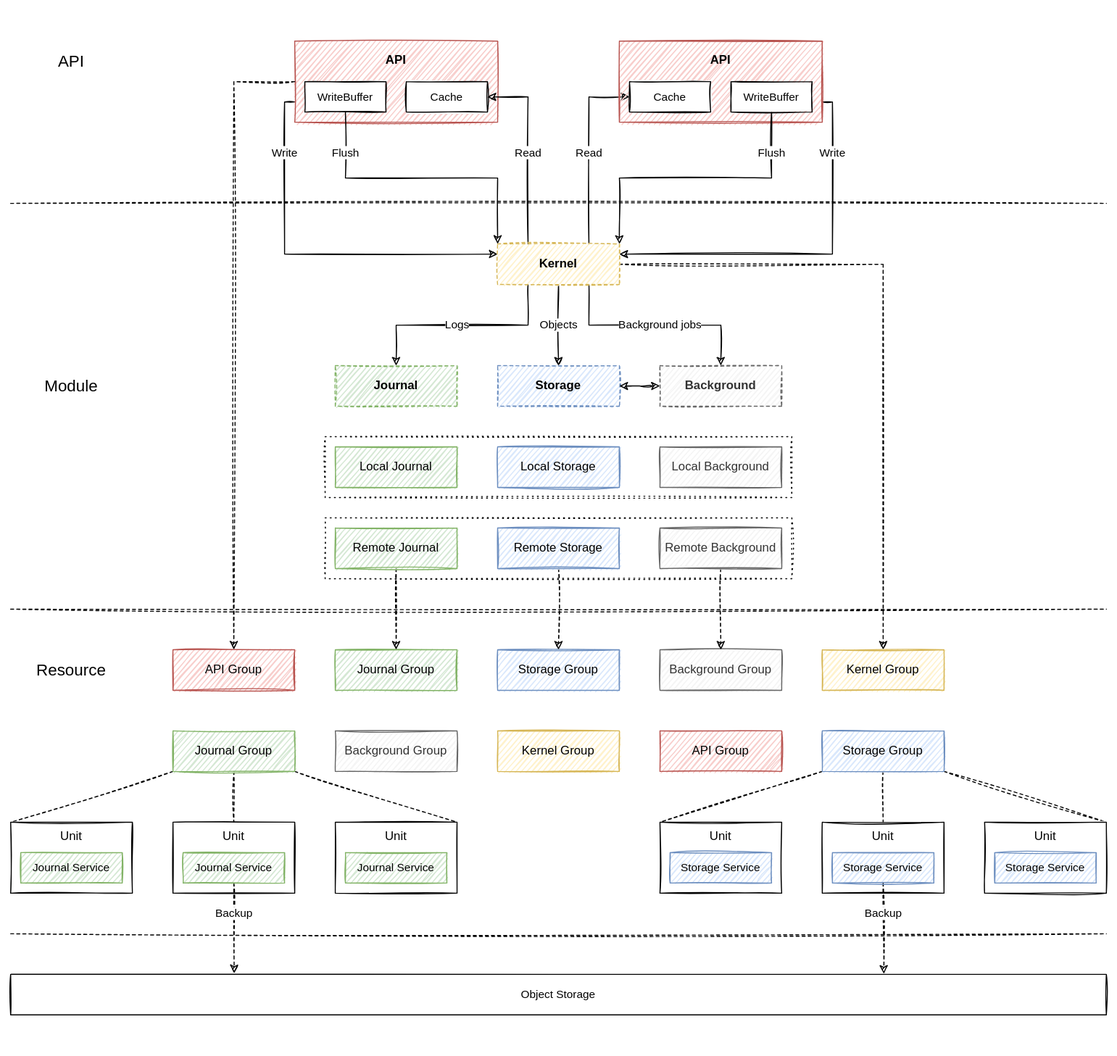
Earlier version of the draw.io export docs/images/architecture.drawio.svg (engula/engula). Source tidied: cells renumbered, new cells last; positions are measured from the earlier drawing's top-left corner, leaving out a move shared by most shapes.
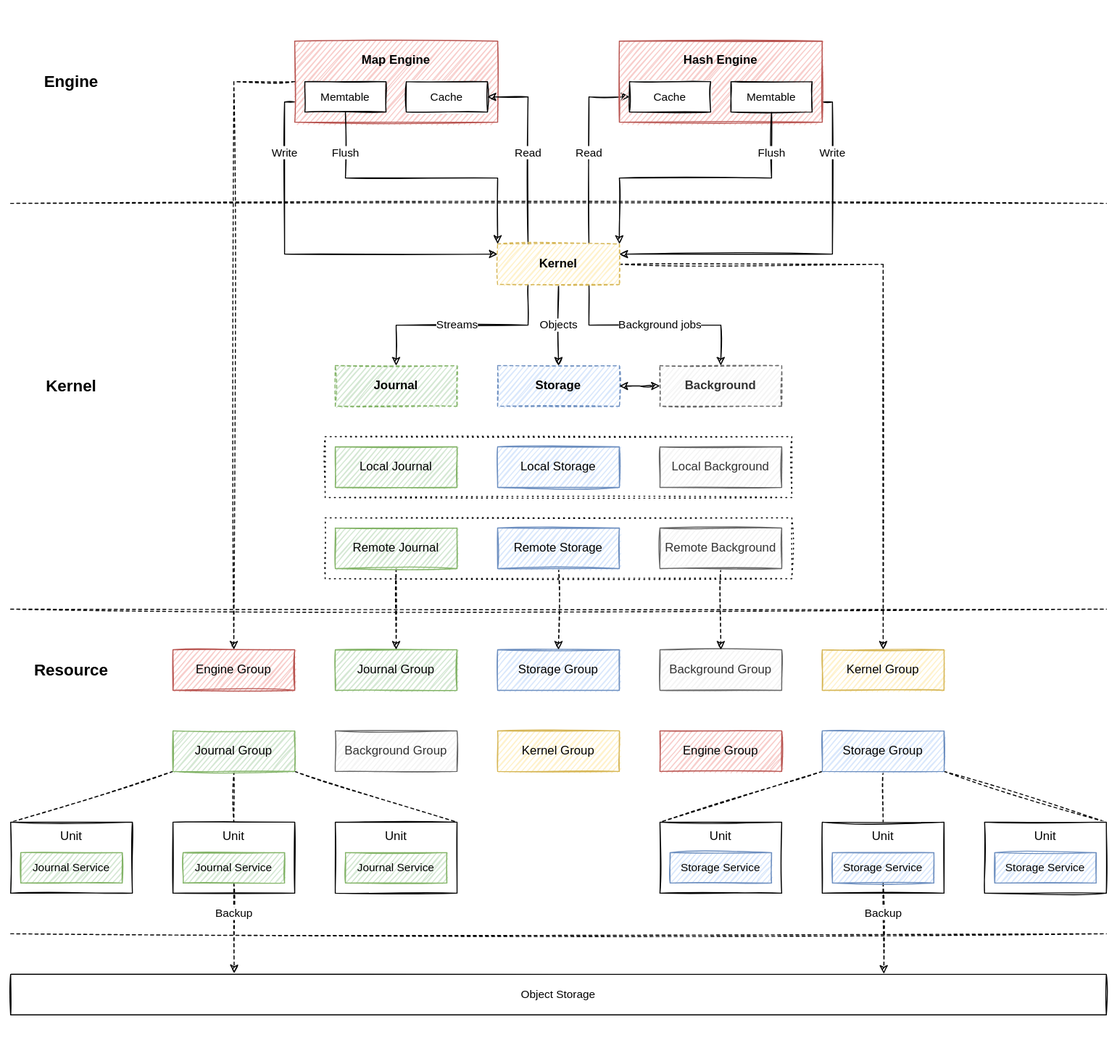
The same diagram one commit later.

What changed in the source:
```diff
@@ -8,7 +8,7 @@
     <mxCell id="3" value="Write" style="edgeStyle=orthogonalEdgeStyle;sketch=1;html=1;exitX=0;exitY=0.75;exitDx=0;exitDy=0;entryX=0;entryY=0.25;entryDx=0;entryDy=0;startArrow=none;startFill=0;rounded=0;" parent="1" edge="1" source="4" target="29">
       <mxGeometry x="-0.68" relative="1" as="geometry" />
     </mxCell>
-    <mxCell id="4" value="API&lt;br&gt;&lt;br&gt;&lt;br&gt;&lt;br&gt;" style="rounded=0;whiteSpace=wrap;html=1;fontSize=12;sketch=1;fillColor=#f8cecc;strokeColor=#b85450;fontStyle=1;" parent="1" vertex="1">
+    <mxCell id="4" value="Map Engine&lt;br&gt;&lt;br&gt;&lt;br&gt;&lt;br&gt;" style="rounded=0;whiteSpace=wrap;html=1;fontSize=12;sketch=1;fillColor=#f8cecc;strokeColor=#b85450;fontStyle=1;" parent="1" vertex="1">
       <mxGeometry x="290" y="40" width="200" height="80" as="geometry" />
     </mxCell>
     <mxCell id="5" style="rounded=0;whiteSpace=wrap;html=1;fontSize=12;sketch=1;dashed=1;dashPattern=1 4;fillColor=none;" parent="1" vertex="1">
@@ -65,7 +65,7 @@
     <mxCell id="22" value="Storage" style="rounded=0;whiteSpace=wrap;html=1;fontSize=12;sketch=1;dashed=1;fillColor=#dae8fc;strokeColor=#6c8ebf;fontStyle=1;" parent="1" vertex="1">
       <mxGeometry x="490" y="360" width="120" height="40" as="geometry" />
     </mxCell>
-    <mxCell id="23" value="Logs" style="edgeStyle=orthogonalEdgeStyle;html=1;exitX=0.25;exitY=1;exitDx=0;exitDy=0;entryX=0.5;entryY=0;entryDx=0;entryDy=0;sketch=1;rounded=0;" parent="1" edge="1" source="29" target="21">
+    <mxCell id="23" value="Streams" style="edgeStyle=orthogonalEdgeStyle;html=1;exitX=0.25;exitY=1;exitDx=0;exitDy=0;entryX=0.5;entryY=0;entryDx=0;entryDy=0;sketch=1;rounded=0;" parent="1" edge="1" source="29" target="21">
       <mxGeometry x="0.05" relative="1" as="geometry" />
     </mxCell>
     <mxCell id="24" value="Objects" style="edgeStyle=orthogonalEdgeStyle;sketch=1;html=1;exitX=0.5;exitY=1;exitDx=0;exitDy=0;entryX=0.5;entryY=0;entryDx=0;entryDy=0;rounded=0;" parent="1" edge="1" source="29" target="22">
@@ -142,13 +142,13 @@
     <mxCell id="45" value="Flush" style="edgeStyle=orthogonalEdgeStyle;sketch=1;html=1;exitX=0.5;exitY=1;exitDx=0;exitDy=0;entryX=0;entryY=0;entryDx=0;entryDy=0;startArrow=none;startFill=0;rounded=0;" parent="1" edge="1" source="46" target="29">
       <mxGeometry x="-0.71" relative="1" as="geometry" />
     </mxCell>
-    <mxCell id="46" value="WriteBuffer" style="rounded=0;whiteSpace=wrap;html=1;fontSize=11;sketch=1;" parent="1" vertex="1">
+    <mxCell id="46" value="Memtable" style="rounded=0;whiteSpace=wrap;html=1;fontSize=11;sketch=1;" parent="1" vertex="1">
       <mxGeometry x="300" y="80" width="80" height="30" as="geometry" />
     </mxCell>
     <mxCell id="47" value="Cache" style="rounded=0;whiteSpace=wrap;html=1;fontSize=11;sketch=1;" parent="1" vertex="1">
       <mxGeometry x="400" y="80" width="80" height="30" as="geometry" />
     </mxCell>
-    <mxCell id="48" value="API Group" style="rounded=0;whiteSpace=wrap;html=1;fontSize=12;sketch=1;fillColor=#f8cecc;strokeColor=#b85450;" parent="1" vertex="1">
+    <mxCell id="48" value="Engine Group" style="rounded=0;whiteSpace=wrap;html=1;fontSize=12;sketch=1;fillColor=#f8cecc;strokeColor=#b85450;" parent="1" vertex="1">
       <mxGeometry x="170" y="640" width="120" height="40" as="geometry" />
     </mxCell>
     <mxCell id="49" style="edgeStyle=none;sketch=1;html=1;exitX=0;exitY=1;exitDx=0;exitDy=0;entryX=0;entryY=0;entryDx=0;entryDy=0;fontSize=11;endArrow=none;endFill=0;dashed=1;" parent="1" edge="1" source="52" target="54">
@@ -199,14 +199,14 @@
         <mxPoint x="1090" y="920" as="targetPoint" />
       </mxGeometry>
     </mxCell>
-    <mxCell id="63" value="Module" style="text;html=1;strokeColor=none;fillColor=none;align=center;verticalAlign=middle;whiteSpace=wrap;rounded=0;dashed=1;dashPattern=1 4;fontSize=16;" parent="1" vertex="1">
+    <mxCell id="63" value="Kernel" style="text;html=1;strokeColor=none;fillColor=none;align=center;verticalAlign=middle;whiteSpace=wrap;rounded=0;dashed=1;dashPattern=1 4;fontSize=16;fontStyle=1;" parent="1" vertex="1">
       <mxGeometry x="10" y="360" width="120" height="40" as="geometry" />
     </mxCell>
-    <mxCell id="64" value="Resource" style="text;html=1;strokeColor=none;fillColor=none;align=center;verticalAlign=middle;whiteSpace=wrap;rounded=0;dashed=1;dashPattern=1 4;fontSize=16;" parent="1" vertex="1">
+    <mxCell id="64" value="Resource" style="text;html=1;strokeColor=none;fillColor=none;align=center;verticalAlign=middle;whiteSpace=wrap;rounded=0;dashed=1;dashPattern=1 4;fontSize=16;fontStyle=1;" parent="1" vertex="1">
       <mxGeometry x="10" y="640" width="120" height="40" as="geometry" />
     </mxCell>
-    <mxCell id="65" value="API" style="text;html=1;strokeColor=none;fillColor=none;align=center;verticalAlign=middle;whiteSpace=wrap;rounded=0;dashed=1;dashPattern=1 4;fontSize=16;" parent="1" vertex="1">
-      <mxGeometry x="10" y="40" width="120" height="40" as="geometry" />
+    <mxCell id="65" value="Engine" style="text;html=1;strokeColor=none;fillColor=none;align=center;verticalAlign=middle;whiteSpace=wrap;rounded=0;dashed=1;dashPattern=1 4;fontSize=16;fontStyle=1;" parent="1" vertex="1">
+      <mxGeometry x="10" y="60" width="120" height="40" as="geometry" />
     </mxCell>
     <mxCell id="66" value="Kernel Group" style="rounded=0;whiteSpace=wrap;html=1;fontSize=12;sketch=1;fillColor=#fff2cc;strokeColor=#d6b656;" parent="1" vertex="1">
       <mxGeometry x="810" y="640" width="120" height="40" as="geometry" />
@@ -214,19 +214,19 @@
     <mxCell id="67" value="Write" style="edgeStyle=orthogonalEdgeStyle;sketch=1;html=1;exitX=1;exitY=0.75;exitDx=0;exitDy=0;entryX=1;entryY=0.25;entryDx=0;entryDy=0;startArrow=none;startFill=0;rounded=0;" parent="1" edge="1" source="68" target="29">
       <mxGeometry x="-0.68" relative="1" as="geometry" />
     </mxCell>
-    <mxCell id="68" value="API&lt;br&gt;&lt;br&gt;&lt;br&gt;&lt;br&gt;" style="rounded=0;whiteSpace=wrap;html=1;fontSize=12;sketch=1;fillColor=#f8cecc;strokeColor=#b85450;fontStyle=1;" parent="1" vertex="1">
+    <mxCell id="68" value="Hash Engine&lt;br&gt;&lt;br&gt;&lt;br&gt;&lt;br&gt;" style="rounded=0;whiteSpace=wrap;html=1;fontSize=12;sketch=1;fillColor=#f8cecc;strokeColor=#b85450;fontStyle=1;" parent="1" vertex="1">
       <mxGeometry x="610" y="40" width="200" height="80" as="geometry" />
     </mxCell>
     <mxCell id="69" value="Flush" style="edgeStyle=orthogonalEdgeStyle;sketch=1;html=1;exitX=0.5;exitY=1;exitDx=0;exitDy=0;entryX=1;entryY=0;entryDx=0;entryDy=0;startArrow=none;startFill=0;rounded=0;" parent="1" edge="1" source="70" target="29">
       <mxGeometry x="-0.71" relative="1" as="geometry" />
     </mxCell>
-    <mxCell id="70" value="WriteBuffer" style="rounded=0;whiteSpace=wrap;html=1;fontSize=11;sketch=1;" parent="1" vertex="1">
+    <mxCell id="70" value="Memtable" style="rounded=0;whiteSpace=wrap;html=1;fontSize=11;sketch=1;" parent="1" vertex="1">
       <mxGeometry x="720" y="80" width="80" height="30" as="geometry" />
     </mxCell>
     <mxCell id="71" value="Cache" style="rounded=0;whiteSpace=wrap;html=1;fontSize=11;sketch=1;" parent="1" vertex="1">
       <mxGeometry x="620" y="80" width="80" height="30" as="geometry" />
     </mxCell>
-    <mxCell id="72" value="API Group" style="rounded=0;whiteSpace=wrap;html=1;fontSize=12;sketch=1;fillColor=#f8cecc;strokeColor=#b85450;" parent="1" vertex="1">
+    <mxCell id="72" value="Engine Group" style="rounded=0;whiteSpace=wrap;html=1;fontSize=12;sketch=1;fillColor=#f8cecc;strokeColor=#b85450;" parent="1" vertex="1">
       <mxGeometry x="650" y="720" width="120" height="40" as="geometry" />
     </mxCell>
   </root>
```
